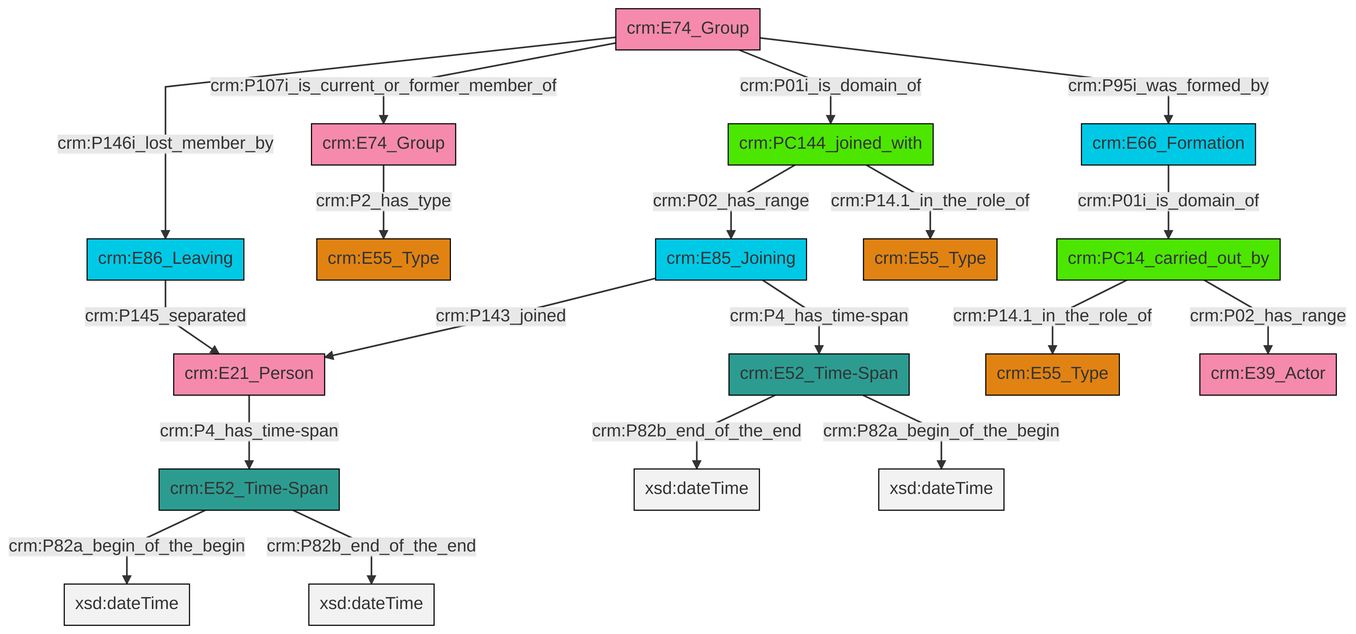
The Mermaid diagram et/groupCSV/ttl/mmd/png/group_actor_relations.png in swiss-art-research-net/docs.swissartresearch, before a commit. Its source is kept beside it as et/groupCSV/ttl/mmd/group_actor_relations.ttl.mmd.
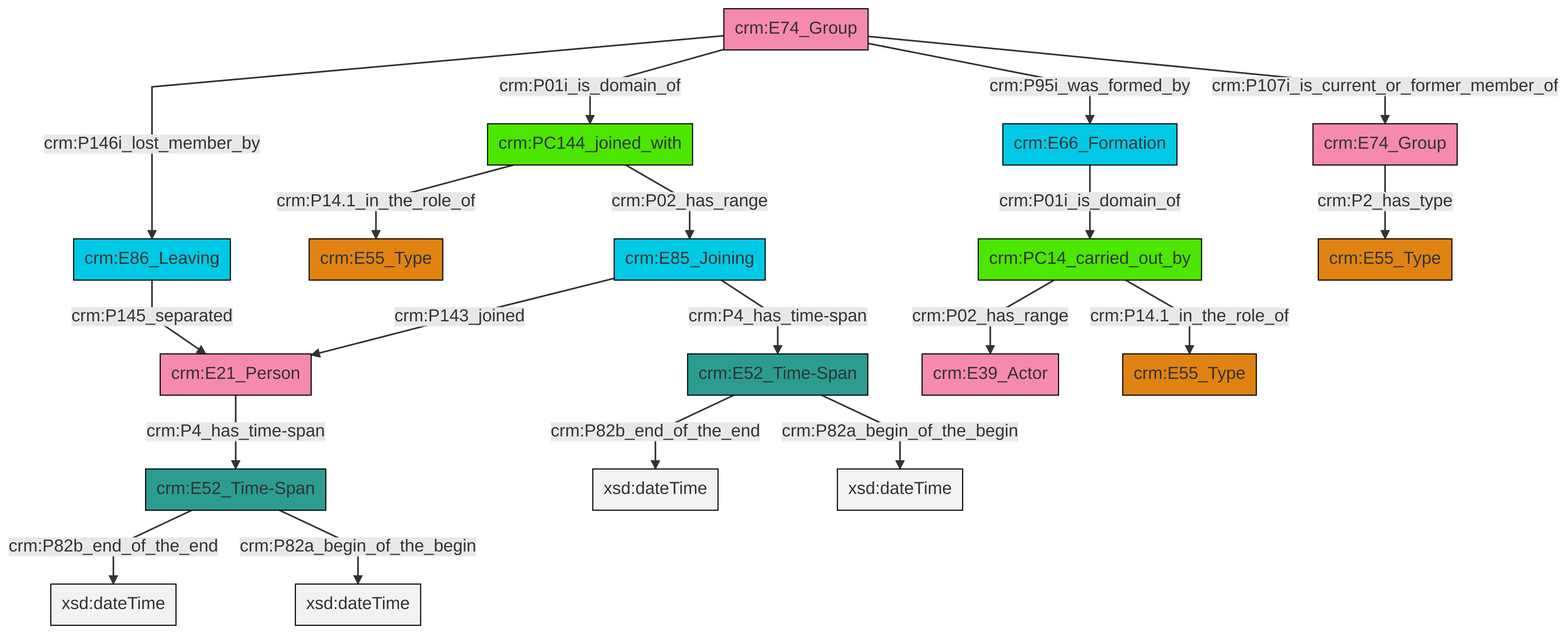
After the commit.

Change to the diagram source:
```diff
@@ -13,21 +13,21 @@
 classDef PC_Classes fill:#4ce600, stroke:#000000;
 classDef Multi fill:#cccccc,stroke:#000000;
 
-0["crm:E74_Group"]:::Actor -->|crm:P2_has_type| 1["crm:E55_Type"]:::Type
-4["crm:PC144_joined_with"]:::PC_Classes -->|crm:P02_has_range| 5["crm:E85_Joining"]:::Temporal_Entity
-8["crm:E74_Group"]:::Actor -->|crm:P146i_lost_member_by| 9["crm:E86_Leaving"]:::Temporal_Entity
-5["crm:E85_Joining"]:::Temporal_Entity -->|crm:P143_joined| 11["crm:E21_Person"]:::Actor
-5["crm:E85_Joining"]:::Temporal_Entity -->|crm:P4_has_time-span| 2["crm:E52_Time-Span"]:::Time-Span
-8["crm:E74_Group"]:::Actor -->|crm:P107i_is_current_or_former_member_of| 0["crm:E74_Group"]:::Actor
-9["crm:E86_Leaving"]:::Temporal_Entity -->|crm:P145_separated| 11["crm:E21_Person"]:::Actor
-2["crm:E52_Time-Span"]:::Time-Span -->|crm:P82b_end_of_the_end| 20[xsd:dateTime]:::Literal
-4["crm:PC144_joined_with"]:::PC_Classes -->|crm:P14.1_in_the_role_of| 12["crm:E55_Type"]:::Type
-21["crm:E66_Formation"]:::Temporal_Entity -->|crm:P01i_is_domain_of| 22["crm:PC14_carried_out_by"]:::PC_Classes
-11["crm:E21_Person"]:::Actor -->|crm:P4_has_time-span| 18["crm:E52_Time-Span"]:::Time-Span
-18["crm:E52_Time-Span"]:::Time-Span -->|crm:P82a_begin_of_the_begin| 23[xsd:dateTime]:::Literal
-22["crm:PC14_carried_out_by"]:::PC_Classes -->|crm:P14.1_in_the_role_of| 6["crm:E55_Type"]:::Type
-8["crm:E74_Group"]:::Actor -->|crm:P01i_is_domain_of| 4["crm:PC144_joined_with"]:::PC_Classes
-2["crm:E52_Time-Span"]:::Time-Span -->|crm:P82a_begin_of_the_begin| 33[xsd:dateTime]:::Literal
-22["crm:PC14_carried_out_by"]:::PC_Classes -->|crm:P02_has_range| 30["crm:E39_Actor"]:::Actor
-8["crm:E74_Group"]:::Actor -->|crm:P95i_was_formed_by| 21["crm:E66_Formation"]:::Temporal_Entity
-18["crm:E52_Time-Span"]:::Time-Span -->|crm:P82b_end_of_the_end| 34[xsd:dateTime]:::Literal
+0["crm:E52_Time-Span"]:::Time-Span -->|crm:P82b_end_of_the_end| 4[xsd:dateTime]:::Literal
+5["crm:E52_Time-Span"]:::Time-Span -->|crm:P82b_end_of_the_end| 6[xsd:dateTime]:::Literal
+5["crm:E52_Time-Span"]:::Time-Span -->|crm:P82a_begin_of_the_begin| 7[xsd:dateTime]:::Literal
+12["crm:E21_Person"]:::Actor -->|crm:P4_has_time-span| 5["crm:E52_Time-Span"]:::Time-Span
+8["crm:E74_Group"]:::Actor -->|crm:P146i_lost_member_by| 15["crm:E86_Leaving"]:::Temporal_Entity
+10["crm:PC144_joined_with"]:::PC_Classes -->|crm:P14.1_in_the_role_of| 16["crm:E55_Type"]:::Type
+20["crm:E85_Joining"]:::Temporal_Entity -->|crm:P143_joined| 12["crm:E21_Person"]:::Actor
+8["crm:E74_Group"]:::Actor -->|crm:P01i_is_domain_of| 10["crm:PC144_joined_with"]:::PC_Classes
+22["crm:E74_Group"]:::Actor -->|crm:P2_has_type| 18["crm:E55_Type"]:::Type
+13["crm:E66_Formation"]:::Temporal_Entity -->|crm:P01i_is_domain_of| 23["crm:PC14_carried_out_by"]:::PC_Classes
+20["crm:E85_Joining"]:::Temporal_Entity -->|crm:P4_has_time-span| 0["crm:E52_Time-Span"]:::Time-Span
+15["crm:E86_Leaving"]:::Temporal_Entity -->|crm:P145_separated| 12["crm:E21_Person"]:::Actor
+8["crm:E74_Group"]:::Actor -->|crm:P95i_was_formed_by| 13["crm:E66_Formation"]:::Temporal_Entity
+0["crm:E52_Time-Span"]:::Time-Span -->|crm:P82a_begin_of_the_begin| 25[xsd:dateTime]:::Literal
+8["crm:E74_Group"]:::Actor -->|crm:P107i_is_current_or_former_member_of| 22["crm:E74_Group"]:::Actor
+23["crm:PC14_carried_out_by"]:::PC_Classes -->|crm:P02_has_range| 30["crm:E39_Actor"]:::Actor
+23["crm:PC14_carried_out_by"]:::PC_Classes -->|crm:P14.1_in_the_role_of| 2["crm:E55_Type"]:::Type
+10["crm:PC144_joined_with"]:::PC_Classes -->|crm:P02_has_range| 20["crm:E85_Joining"]:::Temporal_Entity
```
